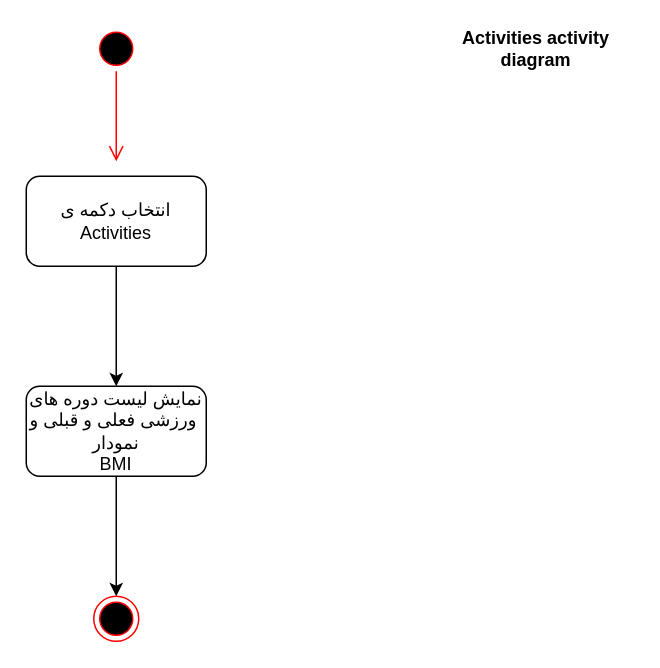
The draw.io diagram Docs./ActivityDiagram-Activities.drawio in ShadiMe-flutter/Workout, before the edit. Source tidied: cells renumbered, new cells numbered last; positions are measured from the earlier drawing's top-left corner, leaving out a move shared by most shapes. Both pictures are drawn from the tidied source at 150%, with x=0, y=0 at pixel (26, 26).
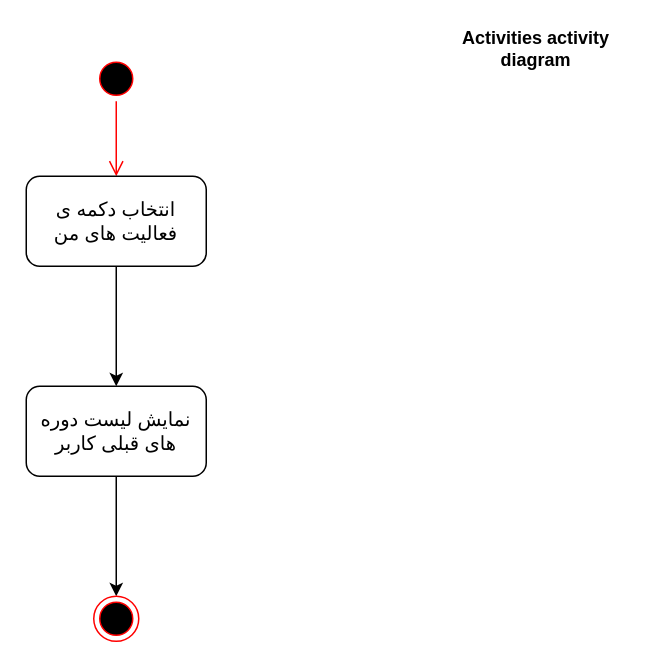
After the change.

The edit, as a diff of the source:
```diff
@@
 <mxGraphModel>
   <root>
     <mxCell id="0" />
     <mxCell id="1" parent="0" />
     <mxCell id="2" style="ellipse;html=1;shape=startState;fillColor=#000000;strokeColor=#ff0000;" parent="1" vertex="1">
-      <mxGeometry x="45" width="30" height="30" as="geometry" />
+      <mxGeometry x="45" y="20" width="30" height="30" as="geometry" />
     </mxCell>
-    <mxCell id="3" style="edgeStyle=orthogonalEdgeStyle;html=1;verticalAlign=bottom;endArrow=open;endSize=8;strokeColor=#ff0000;" parent="1" edge="1" source="2">
-      <mxGeometry relative="1" as="geometry">
-        <mxPoint x="60" y="90" as="targetPoint" />
-      </mxGeometry>
+    <mxCell id="3" style="edgeStyle=orthogonalEdgeStyle;html=1;verticalAlign=bottom;endArrow=open;endSize=8;strokeColor=#ff0000;entryX=0.5;entryY=0;entryDx=0;entryDy=0;" parent="1" edge="1" source="2" target="5">
+      <mxGeometry relative="1" as="geometry" />
     </mxCell>
     <mxCell id="4" style="edgeStyle=orthogonalEdgeStyle;rounded=0;jettySize=auto;html=1;" parent="1" edge="1" source="5" target="7">
       <mxGeometry relative="1" as="geometry" />
     </mxCell>
-    <mxCell id="5" value="&lt;div&gt;انتخاب دکمه ی &lt;br&gt;&lt;/div&gt;&lt;div&gt;Activities &lt;br&gt;&lt;/div&gt;" style="rounded=1;whiteSpace=wrap;html=1;" parent="1" vertex="1">
+    <mxCell id="5" value="&lt;div style=&quot;font-size: 13px&quot;&gt;&lt;font face=&quot;B Zar&quot; style=&quot;font-size: 13px&quot;&gt;انتخاب دکمه ی &lt;br&gt;&lt;/font&gt;&lt;/div&gt;&lt;div style=&quot;font-size: 13px&quot;&gt;&lt;font face=&quot;B Zar&quot; style=&quot;font-size: 13px&quot;&gt;فعالیت های من&lt;/font&gt;&lt;br&gt;&lt;/div&gt;" style="rounded=1;whiteSpace=wrap;html=1;" parent="1" vertex="1">
       <mxGeometry y="100" width="120" height="60" as="geometry" />
     </mxCell>
     <mxCell id="6" style="edgeStyle=orthogonalEdgeStyle;rounded=0;jettySize=auto;html=1;entryX=0.5;entryY=0;entryDx=0;entryDy=0;" parent="1" edge="1" source="7" target="8">
       <mxGeometry relative="1" as="geometry" />
     </mxCell>
-    <mxCell id="7" value="نمایش لیست دوره های &amp;nbsp;ورزشی فعلی و قبلی و نمودار&lt;br&gt;BMI" style="rounded=1;whiteSpace=wrap;html=1;" parent="1" vertex="1">
+    <mxCell id="7" value="&lt;font face=&quot;B Zar&quot; style=&quot;font-size: 13px&quot;&gt;نمایش لیست دوره های قبلی کاربر&lt;/font&gt;" style="rounded=1;whiteSpace=wrap;html=1;" parent="1" vertex="1">
       <mxGeometry y="240" width="120" height="60" as="geometry" />
     </mxCell>
     <mxCell id="8" style="ellipse;html=1;shape=endState;fillColor=#000000;strokeColor=#ff0000;" parent="1" vertex="1">
       <mxGeometry x="45" y="380" width="30" height="30" as="geometry" />
     </mxCell>
     <mxCell id="9" value="&lt;b&gt;Activities activity diagram&lt;/b&gt;" style="text;html=1;strokeColor=none;fillColor=none;align=center;verticalAlign=middle;whiteSpace=wrap;rounded=0;" parent="1" vertex="1">
       <mxGeometry x="275" y="10" width="130" height="10" as="geometry" />
     </mxCell>
   </root>
 </mxGraphModel>
```
